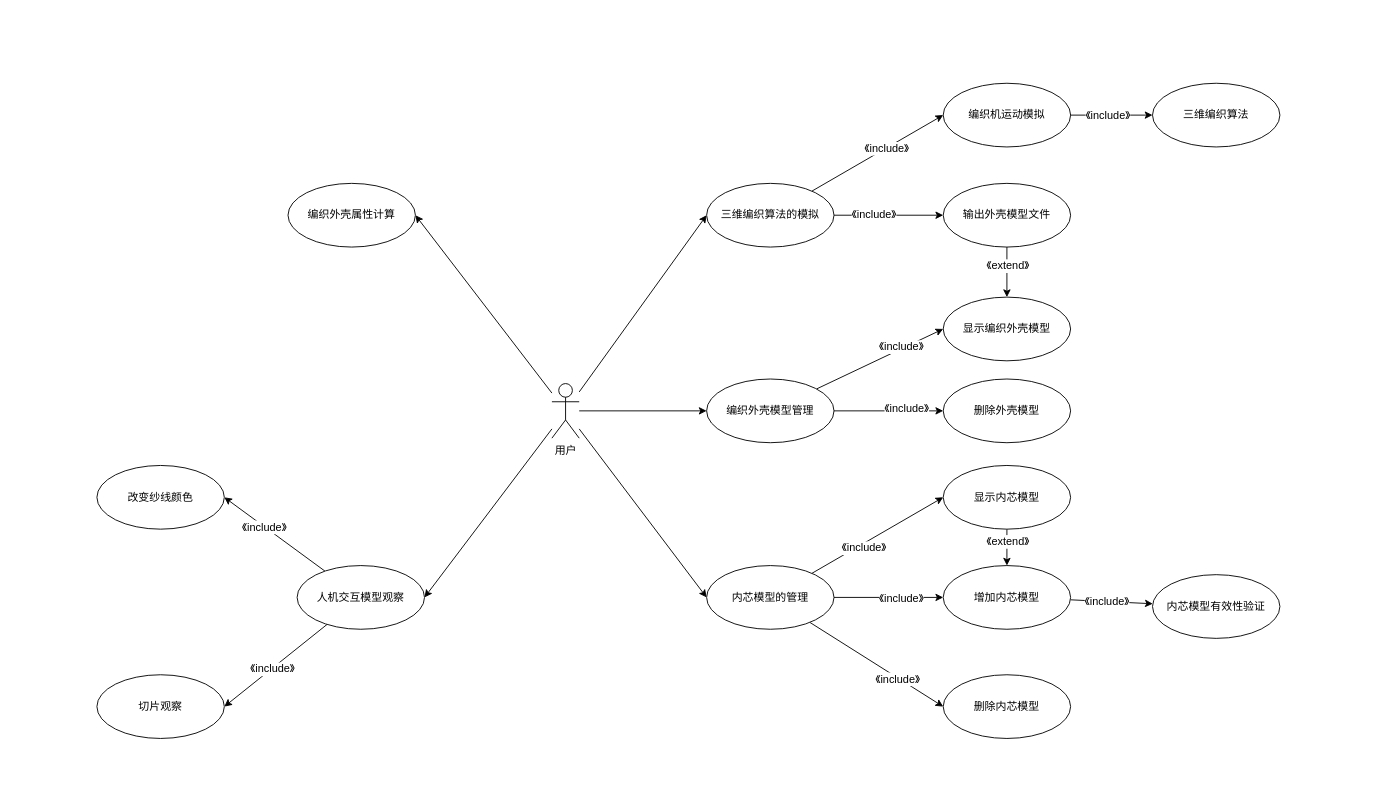
This is page "1-usecase" (2 of 4) of 毕设.drawio from ScarboroughCoral/Draw.io.Storage, a draw.io file, before an edit. Source tidied: cells renumbered, new cells numbered last; positions are measured from the earlier drawing's top-left corner, leaving out a move shared by most shapes. Both pictures are drawn from the tidied source at 91%, with x=0, y=0 at pixel (96, 83).
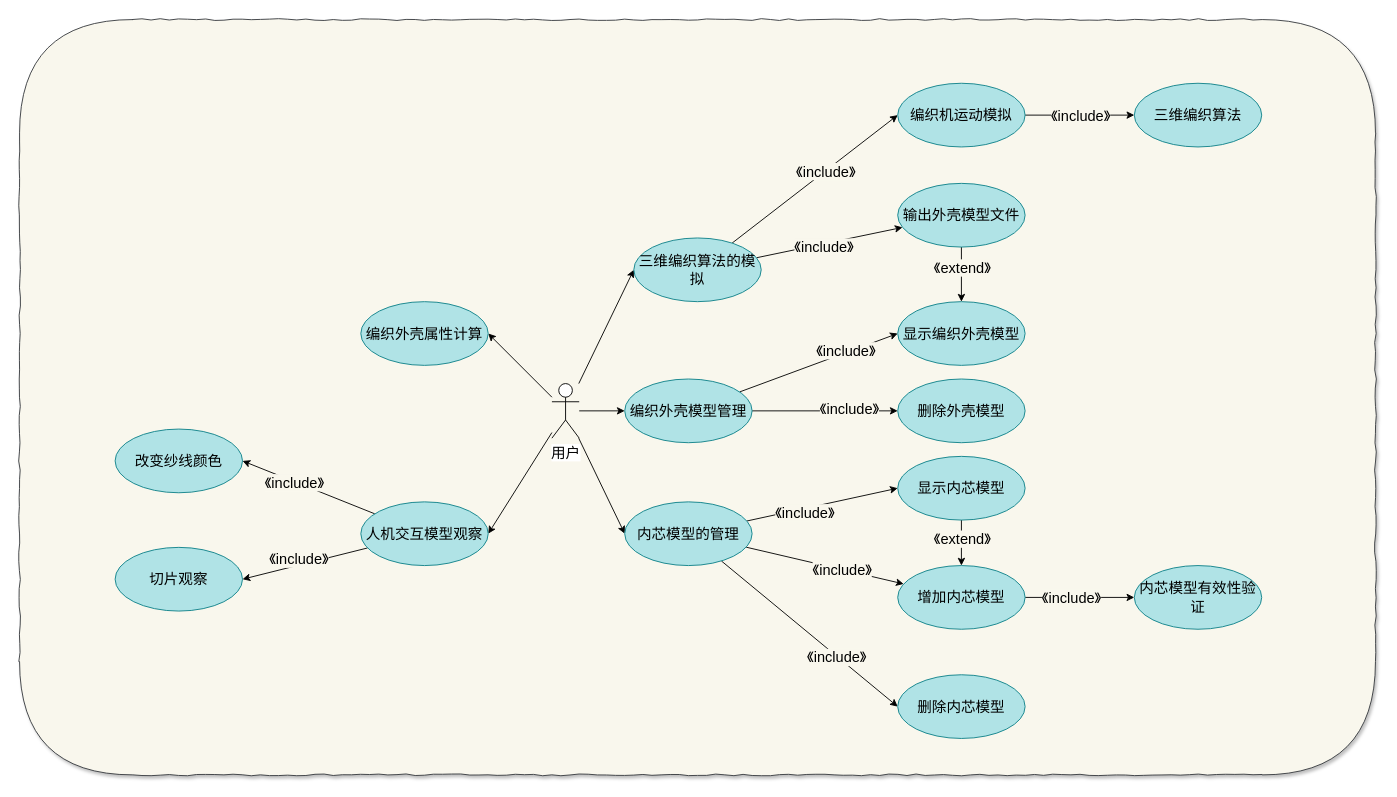
After the change.

Change to the diagram source:
```diff
@@
+    <mxCell id="50" style="rounded=1;whiteSpace=wrap;html=1;fontSize=17;comic=1;shadow=1;fillColor=#f9f7ed;strokeColor=#36393d;" parent="1" vertex="1">
+      <mxGeometry x="-85" y="-70" width="1490" height="830" as="geometry" />
+    </mxCell>
-    <mxCell id="2" style="jettySize=auto;html=1;rounded=1;strokeColor=#000000;entryX=0;entryY=0.5;entryDx=0;entryDy=0;" parent="1" edge="1" source="7" target="12">
+    <mxCell id="2" style="jettySize=auto;html=1;rounded=1;strokeColor=#000000;entryX=0;entryY=0.5;entryDx=0;entryDy=0;fontSize=16;" parent="1" edge="1" source="7" target="12">
       <mxGeometry relative="1" as="geometry" />
     </mxCell>
-    <mxCell id="3" style="rounded=1;jettySize=auto;html=1;entryX=0;entryY=0.5;entryDx=0;entryDy=0;strokeColor=#000000;" parent="1" edge="1" source="7" target="26">
+    <mxCell id="3" style="rounded=1;jettySize=auto;html=1;entryX=0;entryY=0.5;entryDx=0;entryDy=0;strokeColor=#000000;fontSize=16;" parent="1" edge="1" source="7" target="26">
       <mxGeometry relative="1" as="geometry" />
     </mxCell>
-    <mxCell id="4" style="rounded=1;jettySize=auto;html=1;entryX=1;entryY=0.5;entryDx=0;entryDy=0;strokeColor=#000000;" parent="1" edge="1" source="7" target="39">
+    <mxCell id="4" style="rounded=1;jettySize=auto;html=1;entryX=1;entryY=0.5;entryDx=0;entryDy=0;strokeColor=#000000;fontSize=16;" parent="1" edge="1" source="7" target="39">
       <mxGeometry relative="1" as="geometry" />
     </mxCell>
-    <mxCell id="5" style="edgeStyle=none;rounded=1;jettySize=auto;html=1;strokeColor=#000000;entryX=1;entryY=0.5;entryDx=0;entryDy=0;" parent="1" edge="1" source="7" target="42">
+    <mxCell id="5" style="edgeStyle=none;rounded=1;jettySize=auto;html=1;strokeColor=#000000;entryX=1;entryY=0.5;entryDx=0;entryDy=0;fontSize=16;" parent="1" edge="1" source="7" target="42">
       <mxGeometry relative="1" as="geometry" />
     </mxCell>
-    <mxCell id="6" style="edgeStyle=none;rounded=1;jettySize=auto;html=1;entryX=0;entryY=0.5;entryDx=0;entryDy=0;strokeColor=#000000;" parent="1" edge="1" source="7" target="47">
+    <mxCell id="6" style="edgeStyle=none;rounded=1;jettySize=auto;html=1;entryX=0;entryY=0.5;entryDx=0;entryDy=0;strokeColor=#000000;fontSize=16;" parent="1" edge="1" source="7" target="47">
       <mxGeometry relative="1" as="geometry" />
     </mxCell>
-    <mxCell id="7" value="用户" style="shape=umlActor;verticalLabelPosition=bottom;labelBackgroundColor=#ffffff;verticalAlign=top;html=1;" parent="1" vertex="1">
+    <mxCell id="7" value="用户" style="shape=umlActor;verticalLabelPosition=bottom;labelBackgroundColor=#ffffff;verticalAlign=top;html=1;fontSize=16;" parent="1" vertex="1">
       <mxGeometry x="500" y="330" width="30" height="60" as="geometry" />
     </mxCell>
-    <mxCell id="8" style="edgeStyle=none;rounded=1;jettySize=auto;html=1;entryX=0;entryY=0.5;entryDx=0;entryDy=0;strokeColor=#000000;" parent="1" edge="1" source="12" target="18">
+    <mxCell id="8" style="edgeStyle=none;rounded=1;jettySize=auto;html=1;entryX=0;entryY=0.5;entryDx=0;entryDy=0;strokeColor=#000000;fontSize=16;" parent="1" edge="1" source="12" target="18">
       <mxGeometry relative="1" as="geometry" />
     </mxCell>
-    <mxCell id="9" value="《include》" style="text;html=1;align=center;verticalAlign=middle;labelBackgroundColor=#ffffff;" parent="8" vertex="1">
+    <mxCell id="9" value="《include》" style="text;html=1;align=center;verticalAlign=middle;labelBackgroundColor=#F9F7ED;fontSize=16;" parent="8" vertex="1">
       <mxGeometry x="0.13" relative="1" as="geometry" />
     </mxCell>
-    <mxCell id="10" style="edgeStyle=none;rounded=1;jettySize=auto;html=1;strokeColor=#000000;" parent="1" edge="1" source="12" target="15">
+    <mxCell id="10" style="edgeStyle=none;rounded=1;jettySize=auto;html=1;strokeColor=#000000;fontSize=16;" parent="1" edge="1" source="12" target="15">
       <mxGeometry relative="1" as="geometry" />
     </mxCell>
-    <mxCell id="11" value="《include》" style="text;html=1;align=center;verticalAlign=middle;labelBackgroundColor=#ffffff;" parent="10" vertex="1">
-      <mxGeometry x="-0.28" y="1" relative="1" as="geometry" />
+    <mxCell id="11" value="《include》" style="text;html=1;align=center;verticalAlign=middle;labelBackgroundColor=#F9F7ED;fontSize=16;" parent="10" vertex="1">
+      <mxGeometry x="-0.28" y="1" relative="1" as="geometry">
+        <mxPoint x="16.5" y="1" as="offset" />
+      </mxGeometry>
     </mxCell>
-    <mxCell id="12" value="三维编织算法的模拟" style="ellipse;whiteSpace=wrap;html=1;gradientColor=none;" parent="1" vertex="1">
-      <mxGeometry x="670" y="110" width="140" height="70" as="geometry" />
+    <mxCell id="12" value="三维编织算法的模拟" style="ellipse;whiteSpace=wrap;html=1;fontSize=16;fillColor=#b0e3e6;strokeColor=#0e8088;" parent="1" vertex="1">
+      <mxGeometry x="590" y="170" width="140" height="70" as="geometry" />
     </mxCell>
-    <mxCell id="13" style="edgeStyle=none;rounded=1;jettySize=auto;html=1;entryX=0.5;entryY=0;entryDx=0;entryDy=0;strokeColor=#000000;" parent="1" edge="1" source="15" target="49">
+    <mxCell id="13" style="edgeStyle=none;rounded=1;jettySize=auto;html=1;entryX=0.5;entryY=0;entryDx=0;entryDy=0;strokeColor=#000000;fontSize=16;" parent="1" edge="1" source="15" target="49">
       <mxGeometry relative="1" as="geometry" />
     </mxCell>
-    <mxCell id="14" value="《extend》" style="text;html=1;align=center;verticalAlign=middle;labelBackgroundColor=#ffffff;" parent="13" vertex="1">
+    <mxCell id="14" value="《extend》" style="text;html=1;align=center;verticalAlign=middle;labelBackgroundColor=#F9F7ED;fontSize=16;" parent="13" vertex="1">
       <mxGeometry x="-0.51" y="-2" relative="1" as="geometry">
         <mxPoint x="2" y="7" as="offset" />
       </mxGeometry>
     </mxCell>
-    <mxCell id="15" value="输出外壳模型文件" style="ellipse;whiteSpace=wrap;html=1;gradientColor=none;" parent="1" vertex="1">
-      <mxGeometry x="930" y="110" width="140" height="70" as="geometry" />
+    <mxCell id="15" value="输出外壳模型文件" style="ellipse;whiteSpace=wrap;html=1;fontSize=16;fillColor=#b0e3e6;strokeColor=#0e8088;" parent="1" vertex="1">
+      <mxGeometry x="880" y="110" width="140" height="70" as="geometry" />
     </mxCell>
-    <mxCell id="16" style="edgeStyle=none;rounded=1;jettySize=auto;html=1;strokeColor=#000000;" parent="1" edge="1" source="18" target="19">
+    <mxCell id="16" style="edgeStyle=none;rounded=1;jettySize=auto;html=1;strokeColor=#000000;fontSize=16;" parent="1" edge="1" source="18" target="19">
       <mxGeometry relative="1" as="geometry" />
     </mxCell>
-    <mxCell id="17" value="《include》" style="text;html=1;align=center;verticalAlign=middle;labelBackgroundColor=#ffffff;" parent="16" vertex="1">
+    <mxCell id="17" value="《include》" style="text;html=1;align=center;verticalAlign=middle;labelBackgroundColor=#F9F7ED;fontSize=16;" parent="16" vertex="1">
       <mxGeometry x="-0.33" y="-2" relative="1" as="geometry">
-        <mxPoint x="10" y="-2" as="offset" />
+        <mxPoint x="20" y="-2" as="offset" />
       </mxGeometry>
     </mxCell>
-    <mxCell id="18" value="编织机运动模拟" style="ellipse;whiteSpace=wrap;html=1;gradientColor=none;" parent="1" vertex="1">
-      <mxGeometry x="930" width="140" height="70" as="geometry" />
+    <mxCell id="18" value="编织机运动模拟" style="ellipse;whiteSpace=wrap;html=1;fontSize=16;fillColor=#b0e3e6;strokeColor=#0e8088;" parent="1" vertex="1">
+      <mxGeometry x="880" width="140" height="70" as="geometry" />
     </mxCell>
-    <mxCell id="19" value="三维编织算法" style="ellipse;whiteSpace=wrap;html=1;gradientColor=none;" parent="1" vertex="1">
-      <mxGeometry x="1160" width="140" height="70" as="geometry" />
+    <mxCell id="19" value="三维编织算法" style="ellipse;whiteSpace=wrap;html=1;fontSize=16;fillColor=#b0e3e6;strokeColor=#0e8088;" parent="1" vertex="1">
+      <mxGeometry x="1140" width="140" height="70" as="geometry" />
     </mxCell>
-    <mxCell id="20" style="edgeStyle=none;rounded=1;jettySize=auto;html=1;strokeColor=#000000;" parent="1" edge="1" source="26" target="33">
+    <mxCell id="20" style="edgeStyle=none;rounded=1;jettySize=auto;html=1;strokeColor=#000000;fontSize=16;" parent="1" edge="1" source="26" target="33">
       <mxGeometry relative="1" as="geometry" />
     </mxCell>
-    <mxCell id="21" value="《include》" style="text;html=1;align=center;verticalAlign=middle;labelBackgroundColor=#ffffff;" parent="20" vertex="1">
+    <mxCell id="21" value="《include》" style="text;html=1;align=center;verticalAlign=middle;labelBackgroundColor=#F9F7ED;fontSize=16;" parent="20" vertex="1">
       <mxGeometry x="0.22" relative="1" as="geometry" />
     </mxCell>
-    <mxCell id="22" style="edgeStyle=none;rounded=1;jettySize=auto;html=1;strokeColor=#000000;entryX=0;entryY=0.5;entryDx=0;entryDy=0;" parent="1" edge="1" source="26" target="30">
+    <mxCell id="22" style="edgeStyle=none;rounded=1;jettySize=auto;html=1;strokeColor=#000000;entryX=0;entryY=0.5;entryDx=0;entryDy=0;fontSize=16;" parent="1" edge="1" source="26" target="30">
       <mxGeometry relative="1" as="geometry" />
     </mxCell>
-    <mxCell id="23" value="《include》" style="text;html=1;align=center;verticalAlign=middle;labelBackgroundColor=#ffffff;" parent="22" vertex="1">
+    <mxCell id="23" value="《include》" style="text;html=1;align=center;verticalAlign=middle;labelBackgroundColor=#F9F7ED;fontSize=16;" parent="22" vertex="1">
       <mxGeometry x="0.31" y="-1" relative="1" as="geometry" />
     </mxCell>
-    <mxCell id="24" style="edgeStyle=none;rounded=1;jettySize=auto;html=1;strokeColor=#000000;entryX=0;entryY=0.5;entryDx=0;entryDy=0;" parent="1" edge="1" source="26" target="29">
+    <mxCell id="24" style="edgeStyle=none;rounded=1;jettySize=auto;html=1;strokeColor=#000000;entryX=0;entryY=0.5;entryDx=0;entryDy=0;fontSize=16;" parent="1" edge="1" source="26" target="29">
       <mxGeometry relative="1" as="geometry" />
     </mxCell>
-    <mxCell id="25" value="《include》" style="text;html=1;align=center;verticalAlign=middle;labelBackgroundColor=#ffffff;" parent="24" vertex="1">
+    <mxCell id="25" value="《include》" style="text;html=1;align=center;verticalAlign=middle;labelBackgroundColor=#F9F7ED;fontSize=16;" parent="24" vertex="1">
       <mxGeometry x="-0.24" y="-4" relative="1" as="geometry" />
     </mxCell>
-    <mxCell id="26" value="内芯模型的管理" style="ellipse;whiteSpace=wrap;html=1;gradientColor=none;" parent="1" vertex="1">
-      <mxGeometry x="670" y="530" width="140" height="70" as="geometry" />
+    <mxCell id="26" value="内芯模型的管理" style="ellipse;whiteSpace=wrap;html=1;fontSize=16;fillColor=#b0e3e6;strokeColor=#0e8088;" parent="1" vertex="1">
+      <mxGeometry x="580" y="460" width="140" height="70" as="geometry" />
     </mxCell>
-    <mxCell id="27" style="edgeStyle=none;rounded=1;jettySize=auto;html=1;strokeColor=#000000;" parent="1" edge="1" source="29" target="33">
+    <mxCell id="27" style="edgeStyle=none;rounded=1;jettySize=auto;html=1;strokeColor=#000000;fontSize=16;" parent="1" edge="1" source="29" target="33">
       <mxGeometry relative="1" as="geometry" />
     </mxCell>
-    <mxCell id="28" value="《extend》" style="text;html=1;align=center;verticalAlign=middle;labelBackgroundColor=#ffffff;" parent="27" vertex="1">
+    <mxCell id="28" value="《extend》" style="text;html=1;align=center;verticalAlign=middle;labelBackgroundColor=#F9F7ED;fontSize=16;" parent="27" vertex="1">
       <mxGeometry x="0.44" y="3" relative="1" as="geometry">
         <mxPoint x="-3" y="-16" as="offset" />
       </mxGeometry>
     </mxCell>
-    <mxCell id="29" value="显示内芯模型" style="ellipse;whiteSpace=wrap;html=1;gradientColor=none;" parent="1" vertex="1">
-      <mxGeometry x="930" y="420" width="140" height="70" as="geometry" />
+    <mxCell id="29" value="显示内芯模型" style="ellipse;whiteSpace=wrap;html=1;fontSize=16;fillColor=#b0e3e6;strokeColor=#0e8088;" parent="1" vertex="1">
+      <mxGeometry x="880" y="410" width="140" height="70" as="geometry" />
     </mxCell>
-    <mxCell id="30" value="删除内芯模型" style="ellipse;whiteSpace=wrap;html=1;gradientColor=none;" parent="1" vertex="1">
-      <mxGeometry x="930" y="650" width="140" height="70" as="geometry" />
+    <mxCell id="30" value="删除内芯模型" style="ellipse;whiteSpace=wrap;html=1;fontSize=16;fillColor=#b0e3e6;strokeColor=#0e8088;" parent="1" vertex="1">
+      <mxGeometry x="880" y="650" width="140" height="70" as="geometry" />
     </mxCell>
-    <mxCell id="31" style="edgeStyle=none;rounded=1;jettySize=auto;html=1;strokeColor=#000000;" parent="1" edge="1" source="33" target="34">
+    <mxCell id="31" style="edgeStyle=none;rounded=1;jettySize=auto;html=1;strokeColor=#000000;fontSize=16;" parent="1" edge="1" source="33" target="34">
       <mxGeometry relative="1" as="geometry" />
     </mxCell>
-    <mxCell id="32" value="《include》" style="text;html=1;align=center;verticalAlign=middle;labelBackgroundColor=#ffffff;" parent="31" vertex="1">
+    <mxCell id="32" value="《include》" style="text;html=1;align=center;verticalAlign=middle;labelBackgroundColor=#F9F7ED;fontSize=16;" parent="31" vertex="1">
       <mxGeometry x="-0.33" y="-3" relative="1" as="geometry">
         <mxPoint x="10" y="-3" as="offset" />
       </mxGeometry>
     </mxCell>
-    <mxCell id="33" value="增加内芯模型" style="ellipse;whiteSpace=wrap;html=1;gradientColor=none;" parent="1" vertex="1">
-      <mxGeometry x="930" y="530" width="140" height="70" as="geometry" />
+    <mxCell id="33" value="增加内芯模型" style="ellipse;whiteSpace=wrap;html=1;fontSize=16;fillColor=#b0e3e6;strokeColor=#0e8088;" parent="1" vertex="1">
+      <mxGeometry x="880" y="530" width="140" height="70" as="geometry" />
     </mxCell>
-    <mxCell id="34" value="内芯模型有效性验证" style="ellipse;whiteSpace=wrap;html=1;gradientColor=none;" parent="1" vertex="1">
-      <mxGeometry x="1160" y="540" width="140" height="70" as="geometry" />
+    <mxCell id="34" value="内芯模型有效性验证" style="ellipse;whiteSpace=wrap;html=1;fontSize=16;fillColor=#b0e3e6;strokeColor=#0e8088;" parent="1" vertex="1">
+      <mxGeometry x="1140" y="530" width="140" height="70" as="geometry" />
     </mxCell>
-    <mxCell id="35" style="edgeStyle=none;rounded=1;jettySize=auto;html=1;strokeColor=#000000;entryX=1;entryY=0.5;entryDx=0;entryDy=0;" parent="1" edge="1" source="39" target="41">
+    <mxCell id="35" style="edgeStyle=none;rounded=1;jettySize=auto;html=1;strokeColor=#000000;entryX=1;entryY=0.5;entryDx=0;entryDy=0;fontSize=16;" parent="1" edge="1" source="39" target="41">
       <mxGeometry relative="1" as="geometry" />
     </mxCell>
-    <mxCell id="36" value="《include》" style="text;html=1;align=center;verticalAlign=middle;labelBackgroundColor=#ffffff;" parent="35" vertex="1">
+    <mxCell id="36" value="《include》" style="text;html=1;align=center;verticalAlign=middle;labelBackgroundColor=#F9F7ED;fontSize=16;" parent="35" vertex="1">
       <mxGeometry x="0.31" relative="1" as="geometry">
         <mxPoint x="14.1" y="-10.6" as="offset" />
       </mxGeometry>
     </mxCell>
-    <mxCell id="37" style="edgeStyle=none;rounded=1;jettySize=auto;html=1;strokeColor=#000000;entryX=1;entryY=0.5;entryDx=0;entryDy=0;" parent="1" edge="1" source="39" target="40">
+    <mxCell id="37" style="edgeStyle=none;rounded=1;jettySize=auto;html=1;strokeColor=#000000;entryX=1;entryY=0.5;entryDx=0;entryDy=0;fontSize=16;" parent="1" edge="1" source="39" target="40">
       <mxGeometry relative="1" as="geometry" />
     </mxCell>
-    <mxCell id="38" value="《include》" style="text;html=1;align=center;verticalAlign=middle;labelBackgroundColor=#ffffff;" parent="37" vertex="1">
+    <mxCell id="38" value="《include》" style="text;html=1;align=center;verticalAlign=middle;labelBackgroundColor=#F9F7ED;fontSize=16;" parent="37" vertex="1">
       <mxGeometry x="0.21" y="1" relative="1" as="geometry" />
     </mxCell>
-    <mxCell id="39" value="人机交互模型观察" style="ellipse;whiteSpace=wrap;html=1;gradientColor=none;" parent="1" vertex="1">
-      <mxGeometry x="220" y="530" width="140" height="70" as="geometry" />
+    <mxCell id="39" value="人机交互模型观察" style="ellipse;whiteSpace=wrap;html=1;fontSize=16;fillColor=#b0e3e6;strokeColor=#0e8088;" parent="1" vertex="1">
+      <mxGeometry x="290" y="460" width="140" height="70" as="geometry" />
     </mxCell>
-    <mxCell id="40" value="改变纱线颜色" style="ellipse;whiteSpace=wrap;html=1;gradientColor=none;" parent="1" vertex="1">
-      <mxGeometry y="420" width="140" height="70" as="geometry" />
+    <mxCell id="40" value="改变纱线颜色" style="ellipse;whiteSpace=wrap;html=1;fontSize=16;fillColor=#b0e3e6;strokeColor=#0e8088;" parent="1" vertex="1">
+      <mxGeometry x="20" y="380" width="140" height="70" as="geometry" />
     </mxCell>
-    <mxCell id="41" value="切片观察" style="ellipse;whiteSpace=wrap;html=1;gradientColor=none;" parent="1" vertex="1">
-      <mxGeometry y="650" width="140" height="70" as="geometry" />
+    <mxCell id="41" value="切片观察" style="ellipse;whiteSpace=wrap;html=1;fontSize=16;fillColor=#b0e3e6;strokeColor=#0e8088;" parent="1" vertex="1">
+      <mxGeometry x="20" y="510" width="140" height="70" as="geometry" />
     </mxCell>
-    <mxCell id="42" value="编织外壳属性计算" style="ellipse;whiteSpace=wrap;html=1;gradientColor=none;" parent="1" vertex="1">
-      <mxGeometry x="210" y="110" width="140" height="70" as="geometry" />
+    <mxCell id="42" value="编织外壳属性计算" style="ellipse;whiteSpace=wrap;html=1;fontSize=16;fillColor=#b0e3e6;strokeColor=#0e8088;" parent="1" vertex="1">
+      <mxGeometry x="290" y="240" width="140" height="70" as="geometry" />
     </mxCell>
-    <mxCell id="43" style="edgeStyle=none;rounded=1;jettySize=auto;html=1;strokeColor=#000000;entryX=0;entryY=0.5;entryDx=0;entryDy=0;" parent="1" edge="1" source="47" target="49">
+    <mxCell id="43" style="edgeStyle=none;rounded=1;jettySize=auto;html=1;strokeColor=#000000;entryX=0;entryY=0.5;entryDx=0;entryDy=0;fontSize=16;" parent="1" edge="1" source="47" target="49">
       <mxGeometry relative="1" as="geometry" />
     </mxCell>
-    <mxCell id="44" value="《include》" style="text;html=1;align=center;verticalAlign=middle;labelBackgroundColor=#ffffff;" parent="43" vertex="1">
+    <mxCell id="44" value="《include》" style="text;html=1;align=center;verticalAlign=middle;labelBackgroundColor=#F9F7ED;fontSize=16;" parent="43" vertex="1">
       <mxGeometry x="0.35" y="2" relative="1" as="geometry" />
     </mxCell>
-    <mxCell id="45" style="edgeStyle=none;rounded=1;jettySize=auto;html=1;strokeColor=#000000;" parent="1" edge="1" source="47" target="48">
+    <mxCell id="45" style="edgeStyle=none;rounded=1;jettySize=auto;html=1;strokeColor=#000000;fontSize=16;" parent="1" edge="1" source="47" target="48">
       <mxGeometry relative="1" as="geometry" />
     </mxCell>
-    <mxCell id="46" value="《include》" style="text;html=1;align=center;verticalAlign=middle;labelBackgroundColor=#ffffff;" parent="45" vertex="1">
+    <mxCell id="46" value="《include》" style="text;html=1;align=center;verticalAlign=middle;labelBackgroundColor=#F9F7ED;fontSize=16;" parent="45" vertex="1">
       <mxGeometry x="0.32" y="3" relative="1" as="geometry" />
     </mxCell>
-    <mxCell id="47" value="编织外壳模型管理" style="ellipse;whiteSpace=wrap;html=1;gradientColor=none;" parent="1" vertex="1">
-      <mxGeometry x="670" y="325" width="140" height="70" as="geometry" />
+    <mxCell id="47" value="编织外壳模型管理" style="ellipse;whiteSpace=wrap;html=1;fontSize=16;fillColor=#b0e3e6;strokeColor=#0e8088;" parent="1" vertex="1">
+      <mxGeometry x="580" y="325" width="140" height="70" as="geometry" />
     </mxCell>
-    <mxCell id="48" value="删除外壳模型" style="ellipse;whiteSpace=wrap;html=1;gradientColor=none;" parent="1" vertex="1">
-      <mxGeometry x="930" y="325" width="140" height="70" as="geometry" />
+    <mxCell id="48" value="删除外壳模型" style="ellipse;whiteSpace=wrap;html=1;fontSize=16;fillColor=#b0e3e6;strokeColor=#0e8088;" parent="1" vertex="1">
+      <mxGeometry x="880" y="325" width="140" height="70" as="geometry" />
     </mxCell>
-    <mxCell id="49" value="显示编织外壳模型" style="ellipse;whiteSpace=wrap;html=1;gradientColor=none;" parent="1" vertex="1">
-      <mxGeometry x="930" y="235" width="140" height="70" as="geometry" />
+    <mxCell id="49" value="显示编织外壳模型" style="ellipse;whiteSpace=wrap;html=1;fontSize=16;fillColor=#b0e3e6;strokeColor=#0e8088;" parent="1" vertex="1">
+      <mxGeometry x="880" y="240" width="140" height="70" as="geometry" />
     </mxCell>
```
